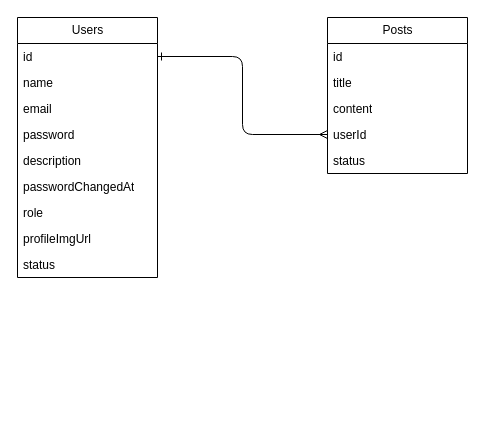
This is blog-app/diagramaEntidadRelacion.drawio from luismavlo/GEN-24-NODE, a draw.io file, before an edit. Source tidied: cells renumbered, new cells numbered last; positions are measured from the earlier drawing's top-left corner, leaving out a move shared by most shapes. Both pictures are drawn from the tidied source at 100%, with x=0, y=0 at pixel (17, 17).
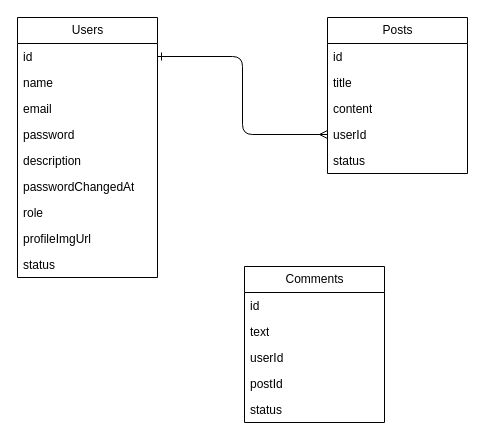
Above is the later version.

The edit, as a diff of the source:
```diff
@@
+    <mxCell id="19" value="Comments" style="swimlane;fontStyle=0;horizontal=1;startSize=26;fillColor=none;html=1;" parent="1" vertex="1">
+      <mxGeometry x="227" y="249" width="140" height="156" as="geometry" />
+    </mxCell>
+    <mxCell id="20" value="id" style="text;strokeColor=none;fillColor=none;align=left;verticalAlign=top;spacingLeft=4;spacingRight=4;overflow=hidden;whiteSpace=wrap;html=1;" parent="19" vertex="1">
+      <mxGeometry y="26" width="140" height="26" as="geometry" />
+    </mxCell>
+    <mxCell id="21" value="text" style="text;strokeColor=none;fillColor=none;align=left;verticalAlign=top;spacingLeft=4;spacingRight=4;overflow=hidden;whiteSpace=wrap;html=1;" parent="19" vertex="1">
+      <mxGeometry y="52" width="140" height="26" as="geometry" />
+    </mxCell>
+    <mxCell id="22" value="userId" style="text;strokeColor=none;fillColor=none;align=left;verticalAlign=top;spacingLeft=4;spacingRight=4;overflow=hidden;whiteSpace=wrap;html=1;" parent="19" vertex="1">
+      <mxGeometry y="78" width="140" height="26" as="geometry" />
+    </mxCell>
+    <mxCell id="23" value="postId" style="text;strokeColor=none;fillColor=none;align=left;verticalAlign=top;spacingLeft=4;spacingRight=4;overflow=hidden;whiteSpace=wrap;html=1;" parent="19" vertex="1">
+      <mxGeometry y="104" width="140" height="26" as="geometry" />
+    </mxCell>
+    <mxCell id="24" value="status" style="text;strokeColor=none;fillColor=none;align=left;verticalAlign=top;spacingLeft=4;spacingRight=4;overflow=hidden;whiteSpace=wrap;html=1;" parent="19" vertex="1">
+      <mxGeometry y="130" width="140" height="26" as="geometry" />
+    </mxCell>
```
